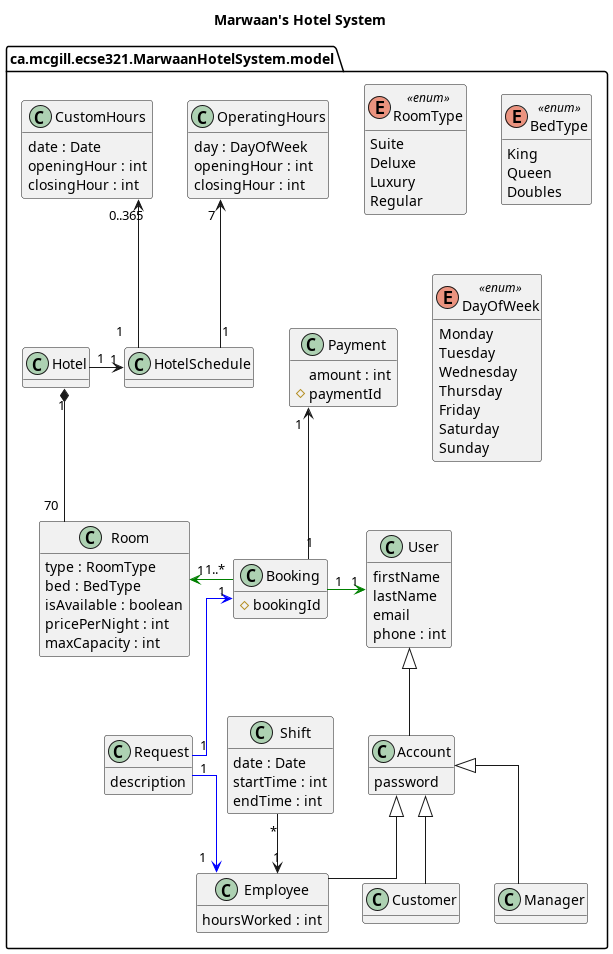
notkaramel/ECSE321-Mar1HotelSystem keeps this PlantUML diagram as documentation/UMLDiagrams/DomainModel.png. Above is the earlier version.
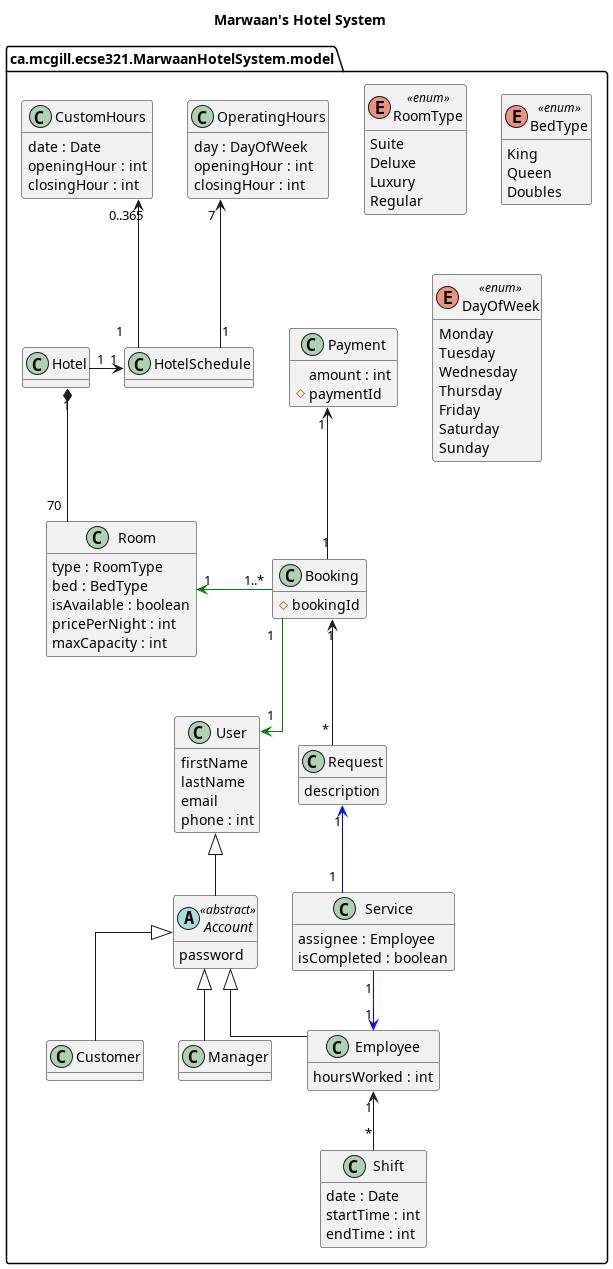
The same diagram one commit later.

Commit message:
Added changes to Domain model after work session

Diff of the diagram source:
```diff
@@ -12,18 +12,19 @@
         phone : int
     }
 
-    Class Account {
+    abstract Class Account <<abstract>> {
         password
     }
+    together {
+        Class Employee {
+            hoursWorked : int
+        }
 
-    Class Employee {
-        hoursWorked : int
-    }
+        Class Manager {
+        }
 
-    Class Manager {
-    }
-
-    Class Customer {
+        Class Customer {
+        }
     }
 
     User    <|-- Account
@@ -37,9 +38,7 @@
         endTime : int
     }
 
-    Shift "*" -down-> "1" Employee
-
-
+    Shift "*" -up-> "1" Employee
 
     Class Room {
         type : RoomType
@@ -62,8 +61,15 @@
         description
     }
 
-    Request "1" -down[#blue]-> "1" Employee
-    Request "1" -up[#blue]-> "1" Booking
+    Request "*" -up-> "1" Booking
+
+    Class Service {
+        assignee : Employee
+        isCompleted : boolean
+    }
+
+    Service "1" -up[#blue]-> "1" Request
+    Service "1" -down[#blue]-> "1" Employee
 
     Class Payment {
         amount : int
@@ -95,26 +101,26 @@
     HotelSchedule "1" -up-> "0..365" CustomHours
     HotelSchedule "1" -up-> "7" OperatingHours
 
-        enum RoomType <<enum>> {
-            Suite
-            Deluxe
-            Luxury
-            Regular
-        }
+    enum RoomType <<enum>> {
+        Suite
+        Deluxe
+        Luxury
+        Regular
+    }
 
-        enum BedType <<enum>> {
-            King
-            Queen
-            Doubles
-        }
-        enum DayOfWeek <<enum>> {
-            Monday
-            Tuesday
-            Wednesday
-            Thursday
-            Friday
-            Saturday
-            Sunday
-        }
+    enum BedType <<enum>> {
+        King
+        Queen
+        Doubles
+    }
+    enum DayOfWeek <<enum>> {
+        Monday
+        Tuesday
+        Wednesday
+        Thursday
+        Friday
+        Saturday
+        Sunday
+    }
 }
 @enduml
```
